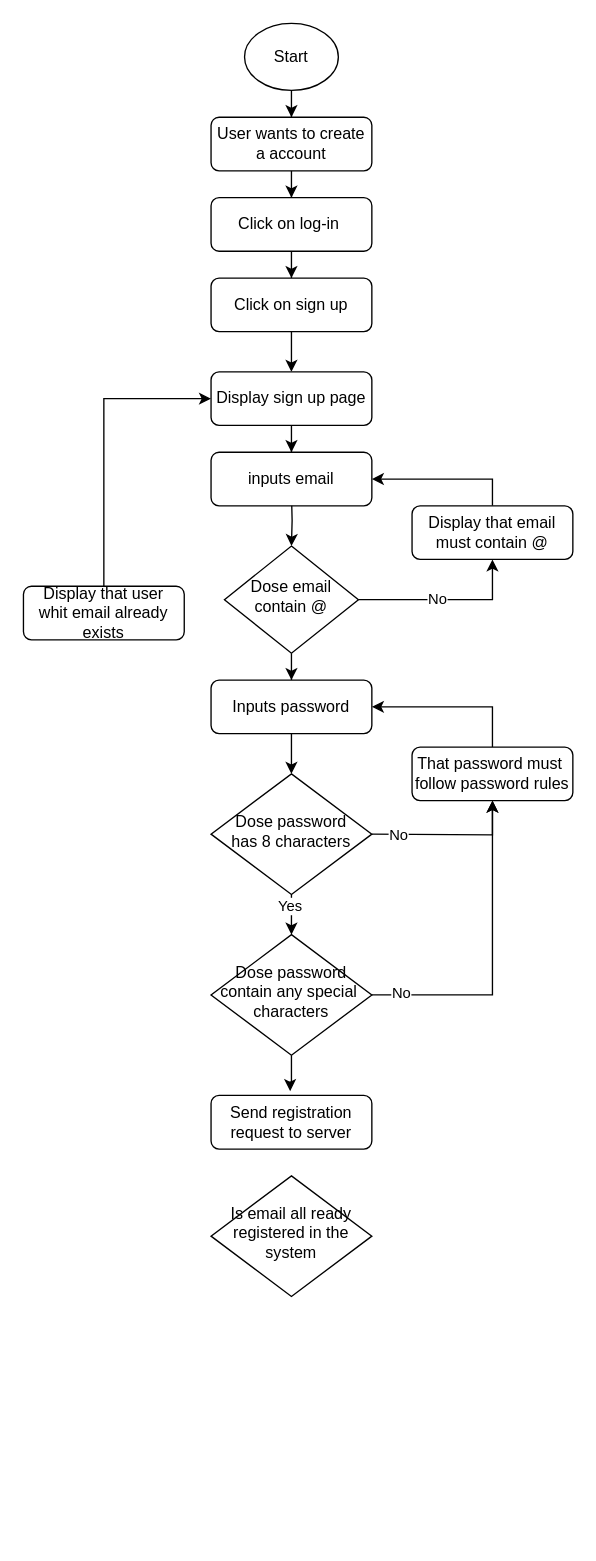
Before: documentation/user_registration.drawio in 100volts/100volts-desktop, a draw.io diagram. Source tidied: cells renumbered, new cells numbered last; positions are measured from the earlier drawing's top-left corner, leaving out a move shared by most shapes. Both pictures are drawn from the tidied source at 134%, with x=0, y=0 at pixel (23, 23).
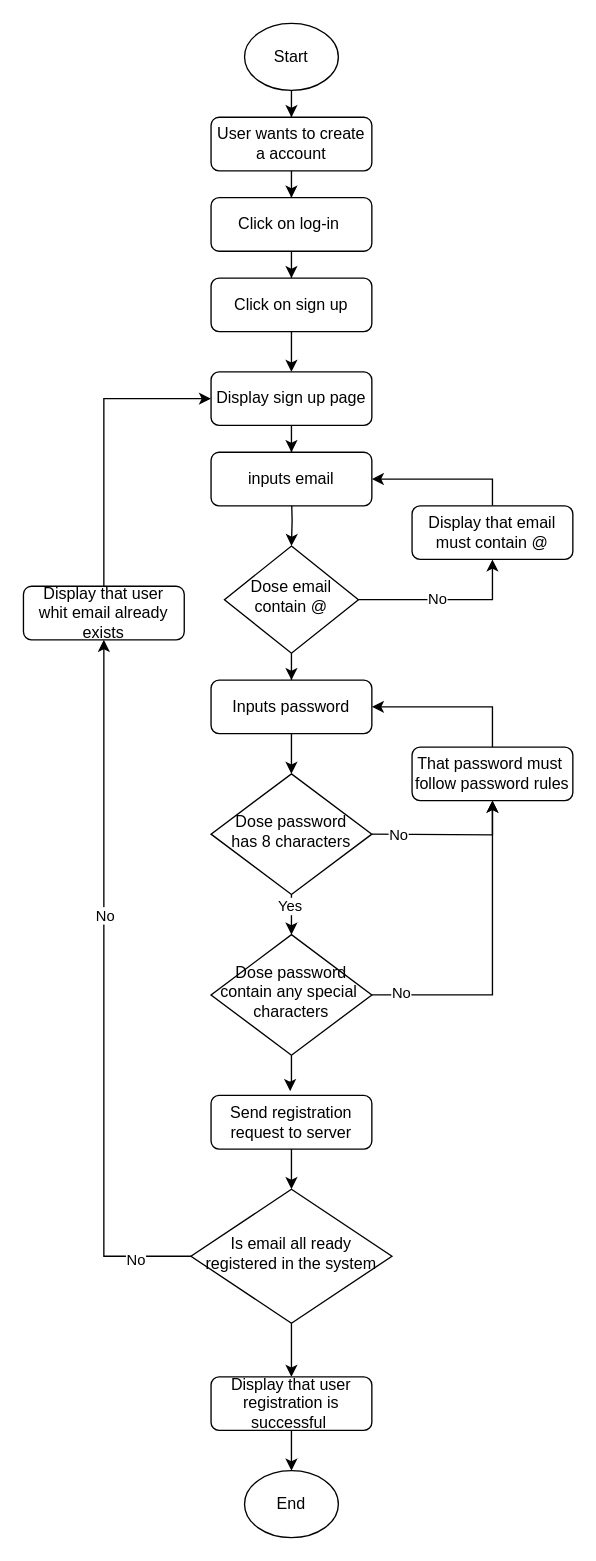
The same page after the edit.

The change refers to these unchanged cells:
```xml
<mxCell id="30" value="Send registration request to server" style="rounded=1;whiteSpace=wrap;html=1;fontSize=12;glass=0;strokeWidth=1;shadow=0;" parent="1" vertex="1">
  <mxGeometry x="140" y="800" width="120" height="40" as="geometry" />
</mxCell>
<mxCell id="34" value="Display that user&lt;div&gt;whit email already&lt;/div&gt;&lt;div&gt;exists&lt;/div&gt;" style="rounded=1;whiteSpace=wrap;html=1;fontSize=12;glass=0;strokeWidth=1;shadow=0;" parent="1" vertex="1">
  <mxGeometry y="420" width="120" height="40" as="geometry" />
</mxCell>
```

What changed in the source:
```diff
@@
+    <mxCell id="37" style="edgeStyle=orthogonalEdgeStyle;rounded=0;jettySize=auto;html=1;" parent="1" edge="1" source="30" target="32">
+      <mxGeometry relative="1" as="geometry" />
+    </mxCell>
@@
+    <mxCell id="38" style="edgeStyle=orthogonalEdgeStyle;rounded=0;jettySize=auto;html=1;entryX=0.5;entryY=1;entryDx=0;entryDy=0;" parent="1" edge="1" source="32" target="34">
+      <mxGeometry relative="1" as="geometry" />
+    </mxCell>
+    <mxCell id="39" value="No" style="edgeLabel;html=1;align=center;verticalAlign=middle;" parent="38" vertex="1">
+      <mxGeometry x="0.22" relative="1" as="geometry" />
+    </mxCell>
+    <mxCell id="40" value="No" style="edgeLabel;html=1;align=center;verticalAlign=middle;" parent="38" vertex="1">
+      <mxGeometry x="-0.84" y="2" relative="1" as="geometry" />
+    </mxCell>
+    <mxCell id="41" style="edgeStyle=orthogonalEdgeStyle;rounded=0;jettySize=auto;html=1;entryX=0.5;entryY=0;entryDx=0;entryDy=0;" parent="1" edge="1" source="32" target="43">
+      <mxGeometry relative="1" as="geometry" />
+    </mxCell>
     <mxCell id="32" value="Is email all ready&lt;div&gt;registered in the system&lt;/div&gt;" style="rhombus;whiteSpace=wrap;html=1;shadow=0;fontFamily=Helvetica;fontSize=12;align=center;strokeWidth=1;spacing=6;spacingTop=-4;" parent="1" vertex="1">
-      <mxGeometry x="140" y="860" width="120" height="90" as="geometry" />
+      <mxGeometry x="125" y="870" width="150" height="100" as="geometry" />
     </mxCell>
@@
+    <mxCell id="42" style="edgeStyle=orthogonalEdgeStyle;rounded=0;jettySize=auto;html=1;entryX=0.5;entryY=0;entryDx=0;entryDy=0;" parent="1" edge="1" source="43" target="44">
+      <mxGeometry relative="1" as="geometry" />
+    </mxCell>
+    <mxCell id="43" value="Display that user&lt;div&gt;registration is successful&amp;nbsp;&lt;/div&gt;" style="rounded=1;whiteSpace=wrap;html=1;fontSize=12;glass=0;strokeWidth=1;shadow=0;" parent="1" vertex="1">
+      <mxGeometry x="140" y="1010" width="120" height="40" as="geometry" />
+    </mxCell>
+    <mxCell id="44" value="End" style="ellipse;whiteSpace=wrap;html=1;" parent="1" vertex="1">
+      <mxGeometry x="165" y="1080" width="70" height="50" as="geometry" />
+    </mxCell>
```
